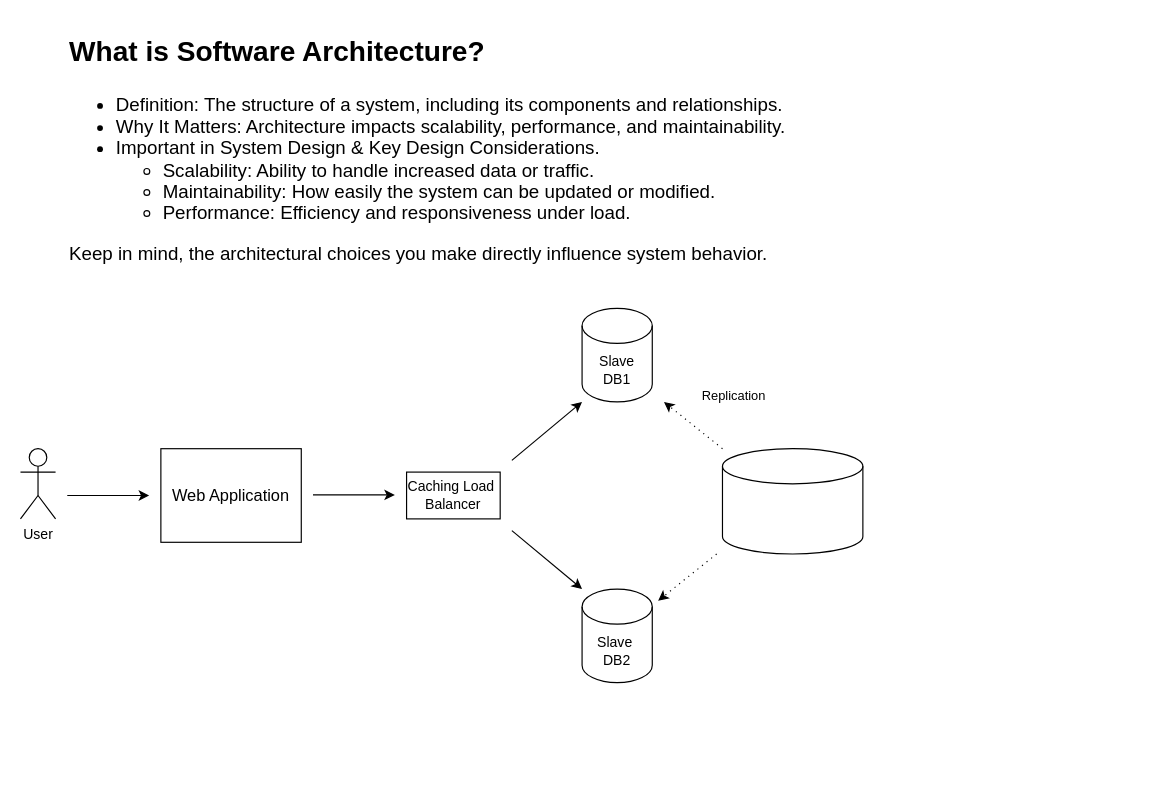
Earlier version of the draw.io diagram Untitled Diagram.drawio (tyk1hc/drawio). Source tidied: cells renumbered, new cells numbered last; positions are measured from the earlier drawing's top-left corner, leaving out a move shared by most shapes. Both pictures are drawn from the tidied source at 117%, with x=0, y=0 at pixel (20, 27).
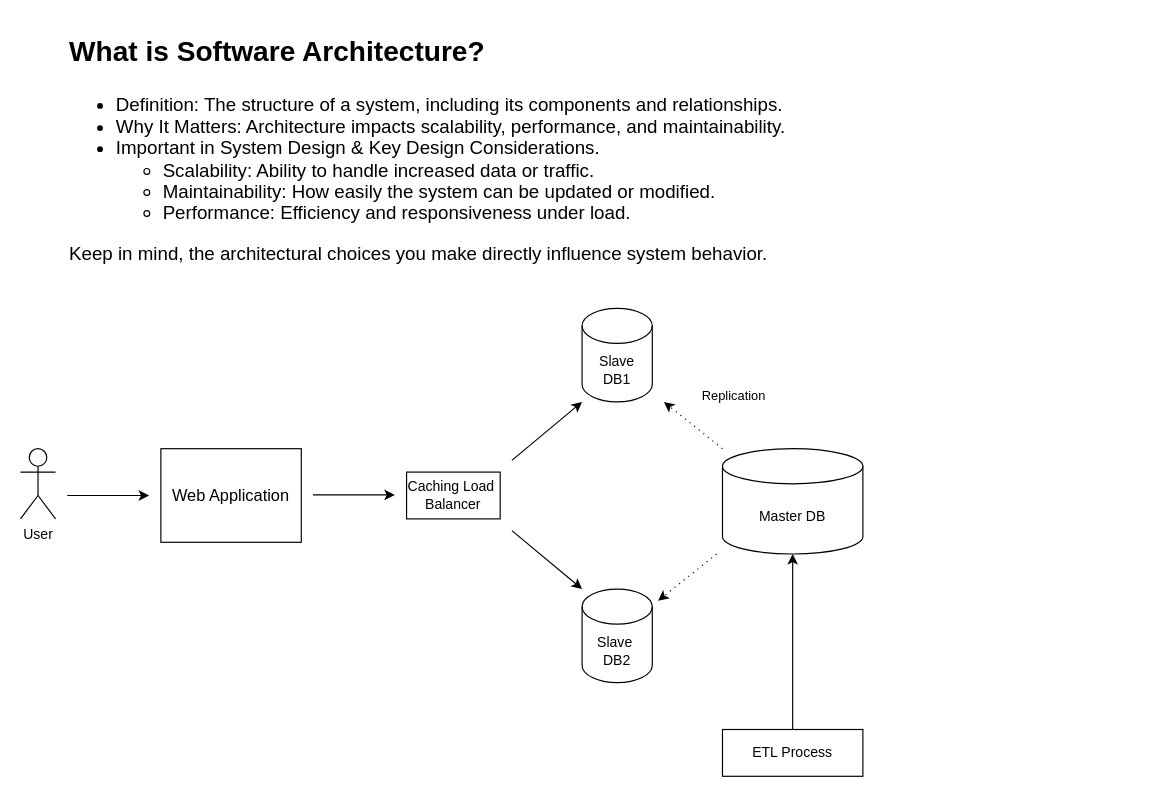
After the change.

The edit, as a diff of the source:
```diff
@@
-    <mxCell id="13" style="shape=cylinder3;whiteSpace=wrap;html=1;boundedLbl=1;backgroundOutline=1;size=15;" parent="1" vertex="1">
+    <mxCell id="13" value="Master DB" style="shape=cylinder3;whiteSpace=wrap;html=1;boundedLbl=1;backgroundOutline=1;size=15;" parent="1" vertex="1">
       <mxGeometry x="600" y="360" width="120" height="90" as="geometry" />
     </mxCell>
@@
+    <mxCell id="17" value="ETL Process" style="rounded=0;whiteSpace=wrap;html=1;" parent="1" vertex="1">
+      <mxGeometry x="600" y="600" width="120" height="40" as="geometry" />
+    </mxCell>
+    <mxCell id="18" style="endArrow=classic;html=1;rounded=0;exitX=0.5;exitY=0;exitDx=0;exitDy=0;entryX=0.5;entryY=1;entryDx=0;entryDy=0;entryPerimeter=0;" parent="1" edge="1" source="17" target="13">
+      <mxGeometry relative="1" as="geometry" />
+    </mxCell>
```
